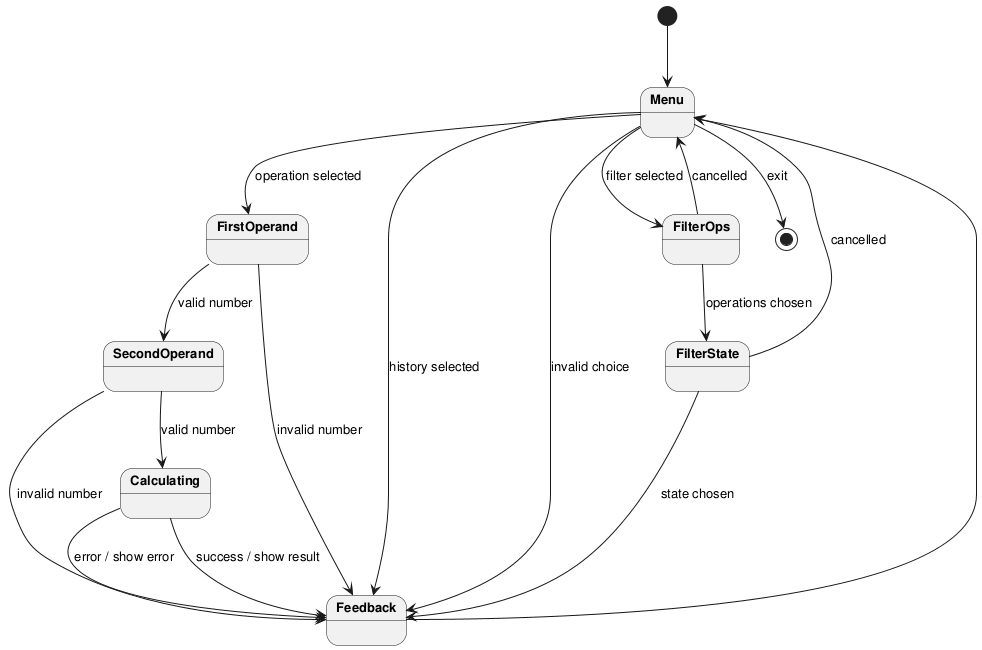
Earlier version of the PlantUML export experiments/pipeline/user_stories/calculator/artifacts/state_diagram_interactive.png (DanielRiha8906/Software_autoevolution_using_agents).
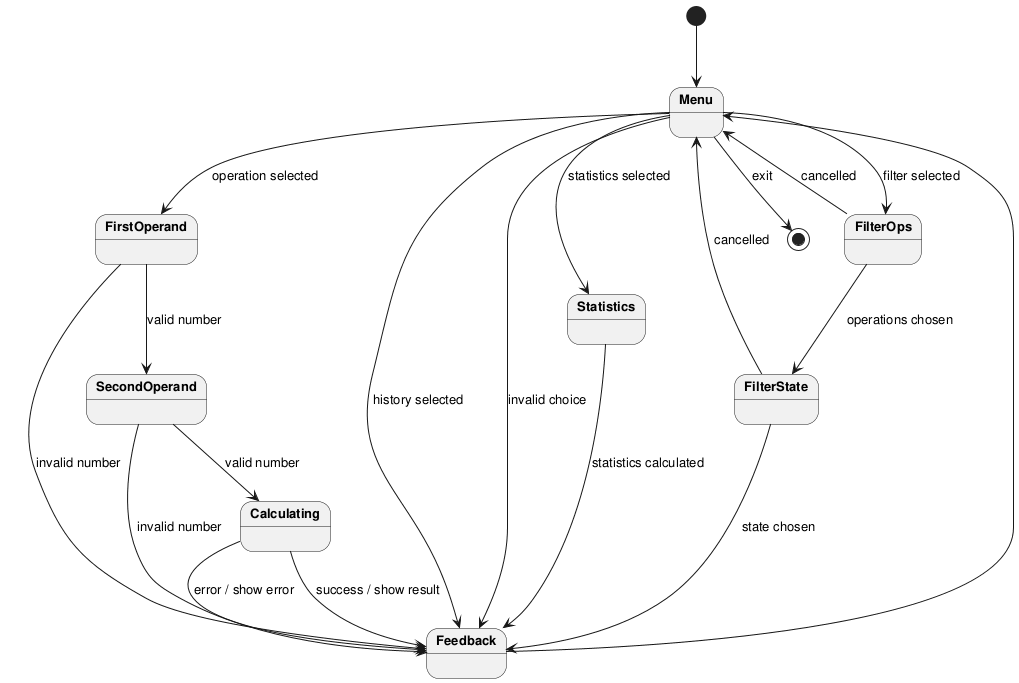
Above is the later version.

Diff of the diagram source:
```diff
@@ -10,8 +10,11 @@
 Menu --> FirstOperand : operation selected
 Menu --> Feedback : history selected
 Menu --> FilterOps : filter selected
+Menu --> Statistics : statistics selected
 Menu --> Feedback : invalid choice
 Menu --> [*] : exit
+
+Statistics --> Feedback : statistics calculated
 
 FilterOps --> FilterState : operations chosen
 FilterOps --> Menu : cancelled
```
